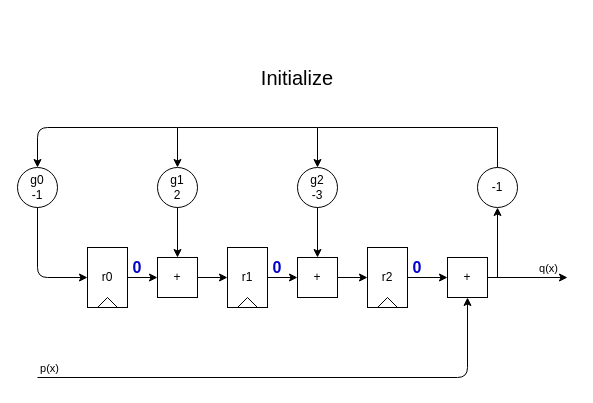
This is page "divider_diagram_step0" (3 of 11) of assets/reed_solomon/reed_solomon.drawio from tomverbeure/tomverbeure.github.io, a draw.io file, before an edit. Source tidied: cells renumbered, new cells numbered last; positions are measured from the earlier drawing's top-left corner, leaving out a move shared by most shapes. Both pictures are drawn from the tidied source at 100%, with x=0, y=0 at pixel (17, 67).
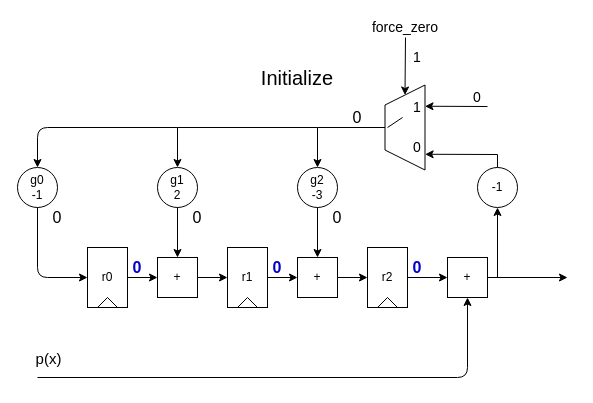
The same diagram, later.

Unchanged cells that the change refers to:
```xml
<mxCell id="11" value="g2&lt;br&gt;-3" style="ellipse;whiteSpace=wrap;html=1;fillColor=none;" parent="1" vertex="1">
  <mxGeometry x="280" y="100" width="40" height="40" as="geometry" />
</mxCell>
<mxCell id="13" style="endArrow=classic;html=1;entryX=0.5;entryY=1;entryDx=0;entryDy=0;" parent="1" edge="1" target="12">
  <mxGeometry relative="1" as="geometry">
    <mxPoint x="20" y="310" as="sourcePoint" />
    <Array as="points">
      <mxPoint x="450" y="310" />
    </Array>
  </mxGeometry>
</mxCell>
<mxCell id="16" style="endArrow=classic;html=1;exitX=1;exitY=0.5;exitDx=0;exitDy=0;" parent="1" edge="1" source="12">
  <mxGeometry relative="1" as="geometry">
    <mxPoint x="550" y="210" as="targetPoint" />
  </mxGeometry>
</mxCell>
<mxCell id="38" value="-1" style="ellipse;whiteSpace=wrap;html=1;fillColor=none;" parent="1" vertex="1">
  <mxGeometry x="460" y="100" width="40" height="40" as="geometry" />
</mxCell>
```

What changed in the source:
```diff
@@
-    <mxCell id="14" value="p(x)" style="edgeLabel;html=1;align=center;verticalAlign=middle;" parent="13" vertex="1">
-      <mxGeometry x="-0.73" y="-1" relative="1" as="geometry">
-        <mxPoint x="-58" y="-11" as="offset" />
-      </mxGeometry>
-    </mxCell>
@@
-    <mxCell id="17" value="q(x)" style="edgeLabel;html=1;align=center;verticalAlign=middle;" parent="16" vertex="1">
-      <mxGeometry x="-0.06" relative="1" as="geometry">
-        <mxPoint x="22.3" y="-10" as="offset" />
-      </mxGeometry>
-    </mxCell>
@@
-    <mxCell id="21" style="endArrow=classic;html=1;entryX=0.5;entryY=0;entryDx=0;entryDy=0;rounded=0;" parent="1" edge="1" source="38" target="11">
-      <mxGeometry relative="1" as="geometry">
-        <Array as="points">
-          <mxPoint x="480" y="60" />
-          <mxPoint x="300" y="60" />
-        </Array>
-      </mxGeometry>
-    </mxCell>
@@
+    <mxCell id="41" style="shape=trapezoid;perimeter=trapezoidPerimeter;whiteSpace=wrap;html=1;fixedSize=1;fillColor=none;fontSize=20;fontColor=#0000CC;rotation=-90;" parent="1" vertex="1">
+      <mxGeometry x="345" y="40" width="85" height="40" as="geometry" />
+    </mxCell>
+    <mxCell id="42" style="endArrow=classic;html=1;fontSize=20;fontColor=#0000CC;entryX=0.5;entryY=0;entryDx=0;entryDy=0;exitX=0.5;exitY=0;exitDx=0;exitDy=0;rounded=0;" parent="1" edge="1" source="41" target="11">
+      <mxGeometry relative="1" as="geometry">
+        <Array as="points">
+          <mxPoint x="300" y="60" />
+        </Array>
+      </mxGeometry>
+    </mxCell>
+    <mxCell id="43" style="endArrow=classic;html=1;fontSize=20;fontColor=#0000CC;entryX=0.185;entryY=1.003;entryDx=0;entryDy=0;entryPerimeter=0;exitX=0.5;exitY=0;exitDx=0;exitDy=0;rounded=0;" parent="1" edge="1" source="38" target="41">
+      <mxGeometry relative="1" as="geometry">
+        <Array as="points">
+          <mxPoint x="480" y="87" />
+        </Array>
+      </mxGeometry>
+    </mxCell>
+    <mxCell id="44" style="endArrow=classic;html=1;fontSize=20;fontColor=#0000CC;entryX=0.75;entryY=1;entryDx=0;entryDy=0;" parent="1" edge="1" target="41">
+      <mxGeometry relative="1" as="geometry">
+        <mxPoint x="470" y="39" as="sourcePoint" />
+      </mxGeometry>
+    </mxCell>
+    <mxCell id="45" style="endArrow=classic;html=1;fontSize=20;fontColor=#000000;entryX=1;entryY=0.5;entryDx=0;entryDy=0;" parent="1" edge="1" target="41">
+      <mxGeometry relative="1" as="geometry">
+        <mxPoint x="388" y="-30" as="sourcePoint" />
+      </mxGeometry>
+    </mxCell>
+    <mxCell id="46" value="0" style="text;html=1;strokeColor=none;fillColor=none;align=center;verticalAlign=middle;whiteSpace=wrap;rounded=0;fontSize=14;fontColor=#000000;" parent="1" vertex="1">
+      <mxGeometry x="440" y="20" width="40" height="20" as="geometry" />
+    </mxCell>
+    <mxCell id="47" value="force_zero" style="text;html=1;strokeColor=none;fillColor=none;align=center;verticalAlign=middle;whiteSpace=wrap;rounded=0;fontSize=14;fontColor=#000000;" parent="1" vertex="1">
+      <mxGeometry x="367.5" y="-50" width="40" height="20" as="geometry" />
+    </mxCell>
+    <mxCell id="48" value="1" style="text;html=1;strokeColor=none;fillColor=none;align=center;verticalAlign=middle;whiteSpace=wrap;rounded=0;fontSize=14;fontColor=#000000;" parent="1" vertex="1">
+      <mxGeometry x="380" y="30" width="40" height="20" as="geometry" />
+    </mxCell>
+    <mxCell id="49" value="0" style="text;html=1;strokeColor=none;fillColor=none;align=center;verticalAlign=middle;whiteSpace=wrap;rounded=0;fontSize=14;fontColor=#000000;" parent="1" vertex="1">
+      <mxGeometry x="380" y="70" width="40" height="20" as="geometry" />
+    </mxCell>
+    <mxCell id="50" value="1" style="text;html=1;strokeColor=none;fillColor=none;align=center;verticalAlign=middle;whiteSpace=wrap;rounded=0;fontSize=14;fontColor=#000000;" parent="1" vertex="1">
+      <mxGeometry x="380" y="-20" width="40" height="20" as="geometry" />
+    </mxCell>
+    <mxCell id="51" value="&lt;font style=&quot;font-size: 16px&quot;&gt;0&lt;/font&gt;" style="text;html=1;strokeColor=none;fillColor=none;align=center;verticalAlign=middle;whiteSpace=wrap;rounded=0;fontStyle=0;" parent="1" vertex="1">
+      <mxGeometry x="320" y="40" width="40" height="20" as="geometry" />
+    </mxCell>
+    <mxCell id="52" value="&lt;font style=&quot;font-size: 16px&quot;&gt;0&lt;/font&gt;" style="text;html=1;strokeColor=none;fillColor=none;align=center;verticalAlign=middle;whiteSpace=wrap;rounded=0;" parent="1" vertex="1">
+      <mxGeometry x="300" y="140" width="40" height="20" as="geometry" />
+    </mxCell>
+    <mxCell id="53" value="&lt;font style=&quot;font-size: 16px&quot;&gt;0&lt;/font&gt;" style="text;html=1;strokeColor=none;fillColor=none;align=center;verticalAlign=middle;whiteSpace=wrap;rounded=0;" parent="1" vertex="1">
+      <mxGeometry x="160" y="140" width="40" height="20" as="geometry" />
+    </mxCell>
+    <mxCell id="54" value="&lt;font style=&quot;font-size: 16px&quot;&gt;0&lt;/font&gt;" style="text;html=1;strokeColor=none;fillColor=none;align=center;verticalAlign=middle;whiteSpace=wrap;rounded=0;" parent="1" vertex="1">
+      <mxGeometry x="20" y="140" width="40" height="20" as="geometry" />
+    </mxCell>
+    <mxCell id="55" style="endArrow=none;html=1;fontSize=14;fontColor=#000000;entryX=0.5;entryY=0.063;entryDx=0;entryDy=0;entryPerimeter=0;endFill=0;" parent="1" edge="1" source="48" target="41">
+      <mxGeometry relative="1" as="geometry" />
+    </mxCell>
+    <mxCell id="14" value="p(x)" style="edgeLabel;html=1;align=center;verticalAlign=middle;fontSize=15;" parent="1" vertex="1">
+      <mxGeometry x="30" y="290" as="geometry" />
+    </mxCell>
```
